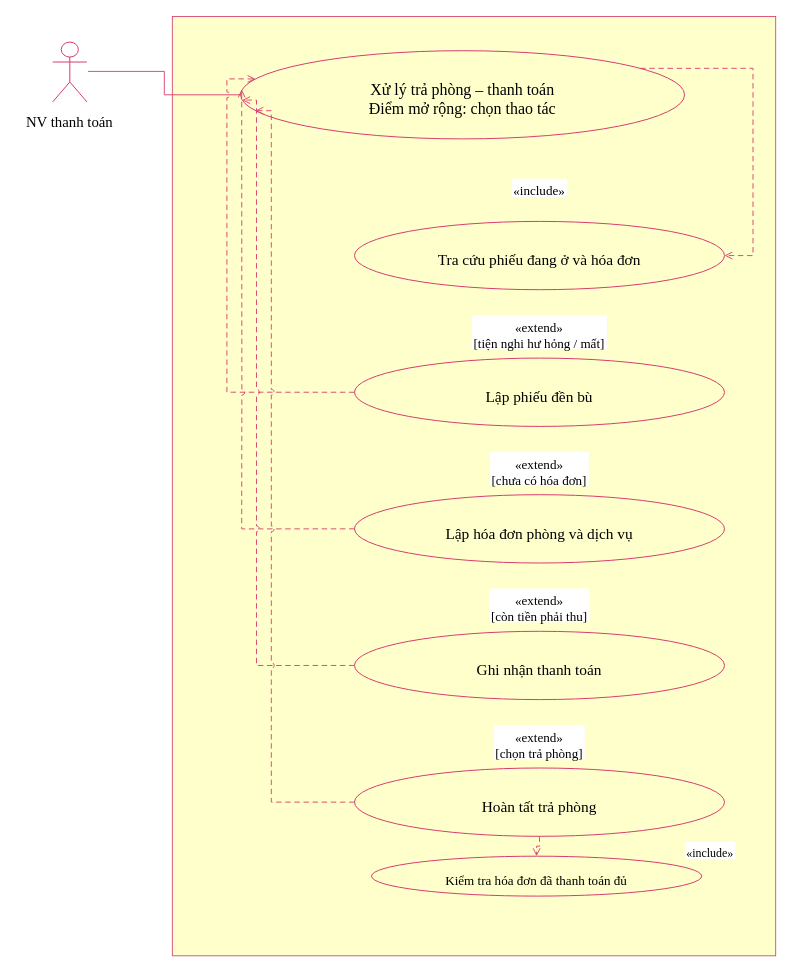
Before: LAB3/UML/04_PhanRaTraPhongThanhToan.drawio in kanishere55/LAB_AT_OOSD, a draw.io diagram. Source tidied: cells renumbered, new cells numbered last; positions are measured from the earlier drawing's top-left corner, leaving out a move shared by most shapes. Both pictures are drawn from the tidied source at 100%, with x=0, y=0 at pixel (24, 16).
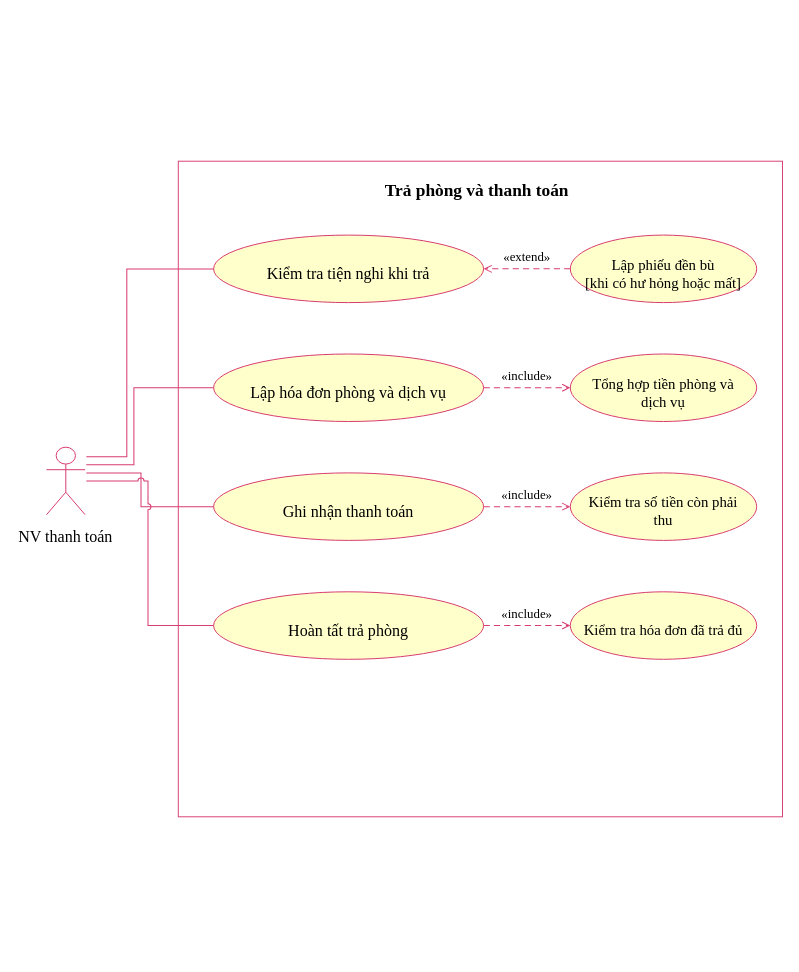
Above is the later version.

What changed in the source:
```diff
@@
-    <mxCell id="2" style="group;html=0;" parent="1" vertex="1">
-      <mxGeometry x="27.1" y="25" width="36.4" height="59.8" as="geometry" />
-    </mxCell>
-    <mxCell id="3" style="shape=umlActor;fillColor=none;strokeColor=#d83d70;" parent="2" vertex="1">
-      <mxGeometry x="1.1" y="0.6" width="34.2" height="59.8" as="geometry" />
+    <mxCell id="3" style="rounded=0;arcSize=12;html=0;fillColor=none;strokeColor=#D83D70;strokeWidth=0.964;" parent="1" vertex="1">
+      <mxGeometry x="153.8" y="144.7" width="604.2" height="655.6" as="geometry" />
     </mxCell>
-    <mxCell id="4" value="NV thanh toán" style="text;html=0;strokeColor=none;fillColor=none;fontFamily=Times New Roman;fontColor=#000000;fontSize=14.801;fontStyle=0;align=center;verticalAlign=top;spacing=0;whiteSpace=nowrap;overflow=visible;" parent="2" vertex="1">
-      <mxGeometry x="-27" y="67.2" width="90.5" height="20.3" as="geometry" />
+    <mxCell id="4" value="Trả phòng và thanh toán" style="text;html=0;strokeColor=none;fillColor=none;fontFamily=Times New Roman;fontColor=#000000;fontSize=17.354;fontStyle=1;align=center;verticalAlign=top;spacing=0;whiteSpace=nowrap;overflow=visible;" parent="1" vertex="1">
+      <mxGeometry x="358.2" y="158.2" width="188.9" height="23.7" as="geometry" />
     </mxCell>
+    <mxCell id="2" style="group;html=0;" parent="1" vertex="1">
+      <mxGeometry x="20.7" y="430.1" width="41.1" height="67.5" as="geometry" />
+    </mxCell>
-    <mxCell id="5" style="rounded=0;arcSize=12;html=0;fillColor=#ffffcc;strokeColor=#d83d70;strokeWidth=0.854;" parent="1" vertex="1">
-      <mxGeometry x="147.8" width="603.4" height="939.3" as="geometry" />
+    <mxCell id="5" style="shape=umlActor;fillColor=none;strokeColor=#D83D70;" parent="2" vertex="1">
+      <mxGeometry x="1.3" y="0.6" width="38.6" height="67.5" as="geometry" />
     </mxCell>
-    <mxCell id="6" style="group;html=0;" parent="1" vertex="1">
-      <mxGeometry x="216.1" y="34.2" width="444" height="88.2" as="geometry" />
-    </mxCell>
-    <mxCell id="7" style="shape=ellipse;fillColor=#ffffcc;strokeColor=#d83d70;" parent="6" vertex="1">
-      <mxGeometry width="444" height="88.2" as="geometry" />
+    <mxCell id="7" value="NV thanh toán" style="text;html=0;strokeColor=none;fillColor=none;fontFamily=Times New Roman;fontColor=#000000;fontSize=16.069;fontStyle=0;align=center;verticalAlign=top;spacing=0;whiteSpace=nowrap;overflow=visible;" parent="2" vertex="1">
+      <mxGeometry x="-28.6" y="75.8" width="98.3" height="22.2" as="geometry" />
     </mxCell>
+    <mxCell id="10" style="group;html=0;" parent="1" vertex="1">
+      <mxGeometry x="189.1" y="218.6" width="270" height="67.5" as="geometry" />
+    </mxCell>
-    <mxCell id="8" value="Xử lý trả phòng – thanh toán&#10;Điểm mở rộng: chọn thao tác" style="text;html=0;strokeColor=none;fillColor=none;fontFamily=Times New Roman;fontColor=#000000;fontSize=15.940;fontStyle=0;align=center;verticalAlign=top;spacing=0;whiteSpace=nowrap;overflow=visible;" parent="6" vertex="1">
-      <mxGeometry x="126.9" y="25.3" width="190.3" height="40.5" as="geometry" />
+    <mxCell id="8" style="shape=ellipse;fillColor=#FFFFCC;strokeColor=#D83D70;" parent="10" vertex="1">
+      <mxGeometry width="270" height="67.5" as="geometry" />
     </mxCell>
-    <mxCell id="9" style="edgeStyle=none;noEdgeStyle=1;rounded=0;jumpStyle=arc;jumpSize=6;strokeColor=#d83d70;strokeWidth=0.911;endArrow=none;endFill=0;startArrow=none;startFill=1;exitX=1.0;exitY=0.5;exitPerimeter=0;entryX=0.0;entryY=0.5;entryPerimeter=0;" parent="1" edge="1" source="2" target="6">
-      <mxGeometry relative="1" as="geometry">
-        <Array as="points">
-          <mxPoint x="139.8" y="54.9" />
-          <mxPoint x="139.8" y="78.3" />
-        </Array>
-      </mxGeometry>
+    <mxCell id="9" value="Kiểm tra tiện nghi khi trả" style="text;html=0;strokeColor=none;fillColor=none;fontFamily=Times New Roman;fontColor=#000000;fontSize=16.069;fontStyle=0;align=center;verticalAlign=top;spacing=0;whiteSpace=nowrap;overflow=visible;" parent="10" vertex="1">
+      <mxGeometry x="51.7" y="24.3" width="166.6" height="22.2" as="geometry" />
     </mxCell>
-    <mxCell id="10" style="group;html=0;" parent="1" vertex="1">
-      <mxGeometry x="330" y="204.9" width="370" height="68.3" as="geometry" />
-    </mxCell>
-    <mxCell id="11" style="shape=ellipse;fillColor=#ffffcc;strokeColor=#d83d70;" parent="10" vertex="1">
-      <mxGeometry width="370" height="68.3" as="geometry" />
+    <mxCell id="11" style="edgeStyle=none;noEdgeStyle=1;rounded=0;jumpStyle=arc;jumpSize=6;strokeColor=#D83D70;strokeWidth=1.028;endArrow=none;endFill=0;startArrow=none;startFill=1;" parent="1" edge="1">
+      <mxGeometry relative="1" as="geometry">
+        <mxPoint x="61.8" y="440.2" as="sourcePoint" />
+        <mxPoint x="189.1" y="252.4" as="targetPoint" />
+        <Array as="points">
+          <mxPoint x="102.3" y="440.2" />
+          <mxPoint x="102.3" y="252.4" />
+        </Array>
+      </mxGeometry>
     </mxCell>
+    <mxCell id="15" style="group;html=0;" parent="1" vertex="1">
+      <mxGeometry x="189.1" y="337.5" width="270" height="67.5" as="geometry" />
+    </mxCell>
-    <mxCell id="12" value="Tra cứu phiếu đang ở và hóa đơn" style="text;html=0;strokeColor=none;fillColor=none;fontFamily=Times New Roman;fontColor=#000000;fontSize=15.371;fontStyle=0;align=center;verticalAlign=top;spacing=0;whiteSpace=nowrap;overflow=visible;" parent="10" vertex="1">
-      <mxGeometry x="81.6" y="25.1" width="206.9" height="21" as="geometry" />
+    <mxCell id="12" style="shape=ellipse;fillColor=#FFFFCC;strokeColor=#D83D70;" parent="15" vertex="1">
+      <mxGeometry width="270" height="67.5" as="geometry" />
     </mxCell>
-    <mxCell id="13" style="edgeStyle=none;noEdgeStyle=1;rounded=0;jumpStyle=arc;jumpSize=6;strokeColor=#d83d70;strokeWidth=0.911;endArrow=open;endFill=0;startArrow=none;startFill=1;dashed=1;dashPattern=6 4;exitX=0.9;exitY=0.2;exitPerimeter=0;entryX=1.0;entryY=0.5;entryPerimeter=0;" parent="1" edge="1" source="6" target="10">
-      <mxGeometry relative="1" as="geometry">
-        <Array as="points">
-          <mxPoint x="728.5" y="51.8" />
-          <mxPoint x="728.5" y="239.1" />
-        </Array>
-      </mxGeometry>
+    <mxCell id="13" value="Lập hóa đơn phòng và dịch vụ" style="text;html=0;strokeColor=none;fillColor=none;fontFamily=Times New Roman;fontColor=#000000;fontSize=16.069;fontStyle=0;align=center;verticalAlign=top;spacing=0;whiteSpace=nowrap;overflow=visible;" parent="15" vertex="1">
+      <mxGeometry x="35.2" y="24.3" width="199.6" height="22.2" as="geometry" />
     </mxCell>
-    <mxCell id="14" value="«include»" style="text;html=0;strokeColor=none;fillColor=#ffffff;fontFamily=Times New Roman;fontColor=#000000;fontSize=13.094;fontStyle=0;align=center;verticalAlign=top;spacing=0;whiteSpace=nowrap;overflow=visible;" parent="1" vertex="1">
-      <mxGeometry x="487.4" y="162.2" width="55.2" height="18.3" as="geometry" />
+    <mxCell id="14" style="edgeStyle=none;noEdgeStyle=1;rounded=0;jumpStyle=arc;jumpSize=6;strokeColor=#D83D70;strokeWidth=1.028;endArrow=none;endFill=0;startArrow=none;startFill=1;" parent="1" edge="1">
+      <mxGeometry relative="1" as="geometry">
+        <mxPoint x="61.8" y="448.3" as="sourcePoint" />
+        <mxPoint x="189.1" y="371.3" as="targetPoint" />
+        <Array as="points">
+          <mxPoint x="109.4" y="448.3" />
+          <mxPoint x="109.4" y="371.3" />
+        </Array>
+      </mxGeometry>
     </mxCell>
-    <mxCell id="15" style="group;html=0;" parent="1" vertex="1">
-      <mxGeometry x="330" y="341.6" width="370" height="68.3" as="geometry" />
-    </mxCell>
+    <mxCell id="20" style="group;html=0;" parent="1" vertex="1">
+      <mxGeometry x="189.1" y="456.4" width="270" height="67.5" as="geometry" />
+    </mxCell>
-    <mxCell id="16" style="shape=ellipse;fillColor=#ffffcc;strokeColor=#d83d70;" parent="15" vertex="1">
-      <mxGeometry width="370" height="68.3" as="geometry" />
+    <mxCell id="16" style="shape=ellipse;fillColor=#FFFFCC;strokeColor=#D83D70;" parent="20" vertex="1">
+      <mxGeometry width="270" height="67.5" as="geometry" />
     </mxCell>
-    <mxCell id="17" value="Lập phiếu đền bù" style="text;html=0;strokeColor=none;fillColor=none;fontFamily=Times New Roman;fontColor=#000000;fontSize=15.371;fontStyle=0;align=center;verticalAlign=top;spacing=0;whiteSpace=nowrap;overflow=visible;" parent="15" vertex="1">
-      <mxGeometry x="129.7" y="25.1" width="110.6" height="21" as="geometry" />
+    <mxCell id="17" value="Ghi nhận thanh toán" style="text;html=0;strokeColor=none;fillColor=none;fontFamily=Times New Roman;fontColor=#000000;fontSize=16.069;fontStyle=0;align=center;verticalAlign=top;spacing=0;whiteSpace=nowrap;overflow=visible;" parent="20" vertex="1">
+      <mxGeometry x="67.7" y="24.3" width="134.5" height="22.2" as="geometry" />
     </mxCell>
-    <mxCell id="18" style="edgeStyle=none;noEdgeStyle=1;rounded=0;jumpStyle=arc;jumpSize=6;strokeColor=#d83d70;strokeWidth=0.911;endArrow=open;endFill=0;startArrow=none;startFill=1;dashed=1;dashPattern=6 4;exitX=0.0;exitY=0.5;exitPerimeter=0;entryX=0.03352384841237597;entryY=0.31999999999999995;entryPerimeter=0;" parent="1" edge="1" source="15" target="6">
+    <mxCell id="18" style="edgeStyle=none;noEdgeStyle=1;rounded=0;jumpStyle=arc;jumpSize=6;strokeColor=#D83D70;strokeWidth=1.028;endArrow=none;endFill=0;startArrow=none;startFill=1;" parent="1" edge="1">
       <mxGeometry relative="1" as="geometry">
+        <mxPoint x="61.8" y="456.4" as="sourcePoint" />
+        <mxPoint x="189.1" y="490.2" as="targetPoint" />
         <Array as="points">
-          <mxPoint x="202.4" y="375.7" />
-          <mxPoint x="202.4" y="62.4" />
+          <mxPoint x="116.5" y="456.4" />
+          <mxPoint x="116.5" y="490.2" />
         </Array>
       </mxGeometry>
     </mxCell>
+    <mxCell id="25" style="group;html=0;" parent="1" vertex="1">
+      <mxGeometry x="189.1" y="575.3" width="270" height="67.5" as="geometry" />
+    </mxCell>
-    <mxCell id="19" value="«extend»&#10;[tiện nghi hư hỏng / mất]" style="text;html=0;strokeColor=none;fillColor=#ffffff;fontFamily=Times New Roman;fontColor=#000000;fontSize=13.094;fontStyle=0;align=center;verticalAlign=top;spacing=0;whiteSpace=nowrap;overflow=visible;" parent="1" vertex="1">
-      <mxGeometry x="447.4" y="298.9" width="135.1" height="33.7" as="geometry" />
+    <mxCell id="19" style="shape=ellipse;fillColor=#FFFFCC;strokeColor=#D83D70;" parent="25" vertex="1">
+      <mxGeometry width="270" height="67.5" as="geometry" />
     </mxCell>
-    <mxCell id="20" style="group;html=0;" parent="1" vertex="1">
-      <mxGeometry x="330" y="478.2" width="370" height="68.3" as="geometry" />
-    </mxCell>
-    <mxCell id="21" style="shape=ellipse;fillColor=#ffffcc;strokeColor=#d83d70;" parent="20" vertex="1">
-      <mxGeometry width="370" height="68.3" as="geometry" />
+    <mxCell id="21" value="Hoàn tất trả phòng" style="text;html=0;strokeColor=none;fillColor=none;fontFamily=Times New Roman;fontColor=#000000;fontSize=16.069;fontStyle=0;align=center;verticalAlign=top;spacing=0;whiteSpace=nowrap;overflow=visible;" parent="25" vertex="1">
+      <mxGeometry x="73.1" y="24.3" width="123.7" height="22.2" as="geometry" />
     </mxCell>
-    <mxCell id="22" value="Lập hóa đơn phòng và dịch vụ" style="text;html=0;strokeColor=none;fillColor=none;fontFamily=Times New Roman;fontColor=#000000;fontSize=15.371;fontStyle=0;align=center;verticalAlign=top;spacing=0;whiteSpace=nowrap;overflow=visible;" parent="20" vertex="1">
-      <mxGeometry x="89.6" y="25.1" width="190.9" height="21" as="geometry" />
+    <mxCell id="22" style="edgeStyle=none;noEdgeStyle=1;rounded=0;jumpStyle=arc;jumpSize=6;strokeColor=#D83D70;strokeWidth=1.028;endArrow=none;endFill=0;startArrow=none;startFill=1;" parent="1" edge="1">
+      <mxGeometry relative="1" as="geometry">
+        <mxPoint x="61.8" y="464.5" as="sourcePoint" />
+        <mxPoint x="189.1" y="609.1" as="targetPoint" />
+        <Array as="points">
+          <mxPoint x="123.5" y="464.5" />
+          <mxPoint x="123.5" y="609.1" />
+        </Array>
+      </mxGeometry>
     </mxCell>
+    <mxCell id="40" style="group;html=0;" parent="1" vertex="1">
+      <mxGeometry x="545.8" y="218.6" width="186.4" height="67.5" as="geometry" />
+    </mxCell>
-    <mxCell id="23" style="edgeStyle=none;noEdgeStyle=1;rounded=0;jumpStyle=arc;jumpSize=6;strokeColor=#d83d70;strokeWidth=0.911;endArrow=open;endFill=0;startArrow=none;startFill=1;dashed=1;dashPattern=6 4;exitX=0.0;exitY=0.5;exitPerimeter=0;entryX=0.003613054160365728;entryY=0.43999999999999995;entryPerimeter=0;" parent="1" edge="1" source="20" target="6">
-      <mxGeometry relative="1" as="geometry">
-        <Array as="points">
-          <mxPoint x="217.2" y="512.4" />
-          <mxPoint x="217.2" y="73" />
-        </Array>
-      </mxGeometry>
+    <mxCell id="23" style="shape=ellipse;fillColor=#FFFFCC;strokeColor=#D83D70;" parent="40" vertex="1">
+      <mxGeometry width="186.4" height="67.5" as="geometry" />
     </mxCell>
-    <mxCell id="24" value="«extend»&#10;[chưa có hóa đơn]" style="text;html=0;strokeColor=none;fillColor=#ffffff;fontFamily=Times New Roman;fontColor=#000000;fontSize=13.094;fontStyle=0;align=center;verticalAlign=top;spacing=0;whiteSpace=nowrap;overflow=visible;" parent="1" vertex="1">
-      <mxGeometry x="465.6" y="435.5" width="98.8" height="33.7" as="geometry" />
+    <mxCell id="24" value="Lập phiếu đền bù&#10;[khi có hư hỏng hoặc mất]" style="text;html=0;strokeColor=none;fillColor=none;fontFamily=Times New Roman;fontColor=#000000;fontSize=14.783;fontStyle=0;align=center;verticalAlign=top;spacing=0;whiteSpace=nowrap;overflow=visible;" parent="40" vertex="1">
+      <mxGeometry x="12.9" y="16.3" width="160.5" height="38.1" as="geometry" />
     </mxCell>
-    <mxCell id="25" style="group;html=0;" parent="1" vertex="1">
-      <mxGeometry x="330" y="614.8" width="370" height="68.3" as="geometry" />
-    </mxCell>
-    <mxCell id="26" style="shape=ellipse;fillColor=#ffffcc;strokeColor=#d83d70;" parent="25" vertex="1">
-      <mxGeometry width="370" height="68.3" as="geometry" />
+    <mxCell id="26" style="edgeStyle=none;noEdgeStyle=1;rounded=0;jumpStyle=arc;jumpSize=6;strokeColor=#D83D70;strokeWidth=1.028;endArrow=open;endFill=0;startArrow=none;startFill=1;dashed=1;dashPattern=6 4;exitX=0.0;exitY=0.5;exitPerimeter=0;entryX=1.0;entryY=0.5;entryPerimeter=0;" parent="1" edge="1" source="40" target="10">
+      <mxGeometry relative="1" as="geometry" />
     </mxCell>
-    <mxCell id="27" value="Ghi nhận thanh toán" style="text;html=0;strokeColor=none;fillColor=none;fontFamily=Times New Roman;fontColor=#000000;fontSize=15.371;fontStyle=0;align=center;verticalAlign=top;spacing=0;whiteSpace=nowrap;overflow=visible;" parent="25" vertex="1">
-      <mxGeometry x="120.8" y="25.1" width="128.5" height="21" as="geometry" />
+    <mxCell id="27" value="«extend»" style="text;html=0;strokeColor=none;fillColor=#ffffff;fontFamily=Times New Roman;fontColor=#000000;fontSize=12.855;fontStyle=0;align=center;verticalAlign=top;spacing=0;whiteSpace=nowrap;overflow=visible;" parent="1" vertex="1">
+      <mxGeometry x="477.2" y="228.3" width="51.1" height="18.4" as="geometry" />
     </mxCell>
+    <mxCell id="41" style="group;html=0;" parent="1" vertex="1">
+      <mxGeometry x="545.8" y="337.5" width="186.4" height="67.5" as="geometry" />
+    </mxCell>
-    <mxCell id="28" style="edgeStyle=none;noEdgeStyle=1;rounded=0;jumpStyle=arc;jumpSize=6;strokeColor=#d83d70;strokeWidth=0.911;endArrow=open;endFill=0;startArrow=none;startFill=1;dashed=1;dashPattern=6 4;exitX=0.0;exitY=0.5;exitPerimeter=0;entryX=0.003613054160365801;entryY=0.56;entryPerimeter=0;" parent="1" edge="1" source="25" target="6">
-      <mxGeometry relative="1" as="geometry">
-        <Array as="points">
-          <mxPoint x="232" y="649" />
-          <mxPoint x="232" y="83.6" />
-        </Array>
-      </mxGeometry>
+    <mxCell id="28" style="shape=ellipse;fillColor=#FFFFCC;strokeColor=#D83D70;" parent="41" vertex="1">
+      <mxGeometry width="186.4" height="67.5" as="geometry" />
     </mxCell>
-    <mxCell id="29" value="«extend»&#10;[còn tiền phải thu]" style="text;html=0;strokeColor=none;fillColor=#ffffff;fontFamily=Times New Roman;fontColor=#000000;fontSize=13.094;fontStyle=0;align=center;verticalAlign=top;spacing=0;whiteSpace=nowrap;overflow=visible;" parent="1" vertex="1">
-      <mxGeometry x="464.9" y="572.1" width="100.2" height="33.7" as="geometry" />
+    <mxCell id="29" value="Tổng hợp tiền phòng và&#10;dịch vụ" style="text;html=0;strokeColor=none;fillColor=none;fontFamily=Times New Roman;fontColor=#000000;fontSize=14.783;fontStyle=0;align=center;verticalAlign=top;spacing=0;whiteSpace=nowrap;overflow=visible;" parent="41" vertex="1">
+      <mxGeometry x="20.3" y="16.3" width="145.7" height="38.1" as="geometry" />
     </mxCell>
-    <mxCell id="30" style="group;html=0;" parent="1" vertex="1">
-      <mxGeometry x="330" y="751.5" width="370" height="68.3" as="geometry" />
-    </mxCell>
-    <mxCell id="31" style="shape=ellipse;fillColor=#ffffcc;strokeColor=#d83d70;" parent="30" vertex="1">
-      <mxGeometry width="370" height="68.3" as="geometry" />
+    <mxCell id="31" style="edgeStyle=none;noEdgeStyle=1;rounded=0;jumpStyle=arc;jumpSize=6;strokeColor=#D83D70;strokeWidth=1.028;endArrow=open;endFill=0;startArrow=none;startFill=1;dashed=1;dashPattern=6 4;exitX=1.0;exitY=0.5;exitPerimeter=0;entryX=0.0;entryY=0.5;entryPerimeter=0;" parent="1" edge="1" source="15" target="41">
+      <mxGeometry relative="1" as="geometry" />
     </mxCell>
-    <mxCell id="32" value="Hoàn tất trả phòng" style="text;html=0;strokeColor=none;fillColor=none;fontFamily=Times New Roman;fontColor=#000000;fontSize=15.371;fontStyle=0;align=center;verticalAlign=top;spacing=0;whiteSpace=nowrap;overflow=visible;" parent="30" vertex="1">
-      <mxGeometry x="125.9" y="25.1" width="118.3" height="21" as="geometry" />
+    <mxCell id="32" value="«include»" style="text;html=0;strokeColor=none;fillColor=#ffffff;fontFamily=Times New Roman;fontColor=#000000;fontSize=12.855;fontStyle=0;align=center;verticalAlign=top;spacing=0;whiteSpace=nowrap;overflow=visible;" parent="1" vertex="1">
+      <mxGeometry x="475.4" y="347.2" width="54.6" height="18.4" as="geometry" />
     </mxCell>
+    <mxCell id="42" style="group;html=0;" parent="1" vertex="1">
+      <mxGeometry x="545.8" y="456.4" width="186.4" height="67.5" as="geometry" />
+    </mxCell>
-    <mxCell id="33" style="edgeStyle=none;noEdgeStyle=1;rounded=0;jumpStyle=arc;jumpSize=6;strokeColor=#d83d70;strokeWidth=0.911;endArrow=open;endFill=0;startArrow=none;startFill=1;dashed=1;dashPattern=6 4;exitX=0.0;exitY=0.5;exitPerimeter=0;entryX=0.03352384841237597;entryY=0.6799999999999998;entryPerimeter=0;" parent="1" edge="1" source="30" target="6">
-      <mxGeometry relative="1" as="geometry">
-        <Array as="points">
-          <mxPoint x="246.8" y="785.6" />
-          <mxPoint x="246.8" y="94.2" />
-        </Array>
-      </mxGeometry>
+    <mxCell id="33" style="shape=ellipse;fillColor=#FFFFCC;strokeColor=#D83D70;" parent="42" vertex="1">
+      <mxGeometry width="186.4" height="67.5" as="geometry" />
     </mxCell>
-    <mxCell id="34" value="«extend»&#10;[chọn trả phòng]" style="text;html=0;strokeColor=none;fillColor=#ffffff;fontFamily=Times New Roman;fontColor=#000000;fontSize=13.094;fontStyle=0;align=center;verticalAlign=top;spacing=0;whiteSpace=nowrap;overflow=visible;" parent="1" vertex="1">
-      <mxGeometry x="469.5" y="708.8" width="90.9" height="33.7" as="geometry" />
+    <mxCell id="34" value="Kiểm tra số tiền còn phải&#10;thu" style="text;html=0;strokeColor=none;fillColor=none;fontFamily=Times New Roman;fontColor=#000000;fontSize=14.783;fontStyle=0;align=center;verticalAlign=top;spacing=0;whiteSpace=nowrap;overflow=visible;" parent="42" vertex="1">
+      <mxGeometry x="16.5" y="16.3" width="153.5" height="38.1" as="geometry" />
     </mxCell>
-    <mxCell id="35" style="group;html=0;" parent="1" vertex="1">
-      <mxGeometry x="347" y="839.7" width="330.2" height="39.9" as="geometry" />
-    </mxCell>
-    <mxCell id="36" style="shape=ellipse;fillColor=#ffffcc;strokeColor=#d83d70;" parent="35" vertex="1">
-      <mxGeometry width="330.2" height="39.9" as="geometry" />
+    <mxCell id="36" style="edgeStyle=none;noEdgeStyle=1;rounded=0;jumpStyle=arc;jumpSize=6;strokeColor=#D83D70;strokeWidth=1.028;endArrow=open;endFill=0;startArrow=none;startFill=1;dashed=1;dashPattern=6 4;exitX=1.0;exitY=0.5;exitPerimeter=0;entryX=0.0;entryY=0.5;entryPerimeter=0;" parent="1" edge="1" source="20" target="42">
+      <mxGeometry relative="1" as="geometry" />
     </mxCell>
-    <mxCell id="37" value="Kiểm tra hóa đơn đã thanh toán đủ" style="text;html=0;strokeColor=none;fillColor=none;fontFamily=Times New Roman;fontColor=#000000;fontSize=13.094;fontStyle=0;align=center;verticalAlign=top;spacing=0;whiteSpace=nowrap;overflow=visible;" parent="35" vertex="1">
-      <mxGeometry x="72.2" y="12.2" width="185.7" height="18.3" as="geometry" />
+    <mxCell id="37" value="«include»" style="text;html=0;strokeColor=none;fillColor=#ffffff;fontFamily=Times New Roman;fontColor=#000000;fontSize=12.855;fontStyle=0;align=center;verticalAlign=top;spacing=0;whiteSpace=nowrap;overflow=visible;" parent="1" vertex="1">
+      <mxGeometry x="475.4" y="466.1" width="54.6" height="18.4" as="geometry" />
     </mxCell>
+    <mxCell id="43" style="group;html=0;" parent="1" vertex="1">
+      <mxGeometry x="545.8" y="575.3" width="186.4" height="67.5" as="geometry" />
+    </mxCell>
-    <mxCell id="38" style="edgeStyle=none;noEdgeStyle=1;rounded=0;jumpStyle=arc;jumpSize=6;strokeColor=#d83d70;strokeWidth=0.911;endArrow=open;endFill=0;startArrow=none;startFill=1;dashed=1;dashPattern=6 4;exitX=0.5;exitY=1.0;exitPerimeter=0;entryX=0.5;entryY=0.0;entryPerimeter=0;" parent="1" edge="1" source="30" target="35">
-      <mxGeometry relative="1" as="geometry">
-        <Array as="points">
-          <mxPoint x="515" y="829.7" />
-          <mxPoint x="512.1" y="829.7" />
-        </Array>
-      </mxGeometry>
+    <mxCell id="38" style="shape=ellipse;fillColor=#FFFFCC;strokeColor=#D83D70;" parent="43" vertex="1">
+      <mxGeometry width="186.4" height="67.5" as="geometry" />
     </mxCell>
-    <mxCell id="39" value="«include»" style="text;html=0;strokeColor=none;fillColor=#ffffff;fontFamily=Times New Roman;fontColor=#000000;fontSize=11.955;fontStyle=0;align=center;verticalAlign=top;spacing=0;whiteSpace=nowrap;overflow=visible;" parent="1" vertex="1">
-      <mxGeometry x="660.6" y="825.5" width="50.4" height="17" as="geometry" />
+    <mxCell id="39" value="Kiểm tra hóa đơn đã trả đủ" style="text;html=0;strokeColor=none;fillColor=none;fontFamily=Times New Roman;fontColor=#000000;fontSize=14.783;fontStyle=0;align=center;verticalAlign=top;spacing=0;whiteSpace=nowrap;overflow=visible;" parent="43" vertex="1">
+      <mxGeometry x="11.6" y="25" width="163.3" height="20.7" as="geometry" />
     </mxCell>
+    <mxCell id="44" style="edgeStyle=none;noEdgeStyle=1;rounded=0;jumpStyle=arc;jumpSize=6;strokeColor=#D83D70;strokeWidth=1.028;endArrow=open;endFill=0;startArrow=none;startFill=1;dashed=1;dashPattern=6 4;exitX=1.0;exitY=0.5;exitPerimeter=0;entryX=0.0;entryY=0.5;entryPerimeter=0;" parent="1" edge="1" source="25" target="43">
+      <mxGeometry relative="1" as="geometry" />
+    </mxCell>
+    <mxCell id="45" value="«include»" style="text;html=0;strokeColor=none;fillColor=#ffffff;fontFamily=Times New Roman;fontColor=#000000;fontSize=12.855;fontStyle=0;align=center;verticalAlign=top;spacing=0;whiteSpace=nowrap;overflow=visible;" parent="1" vertex="1">
+      <mxGeometry x="475.4" y="585" width="54.6" height="18.4" as="geometry" />
+    </mxCell>
```
